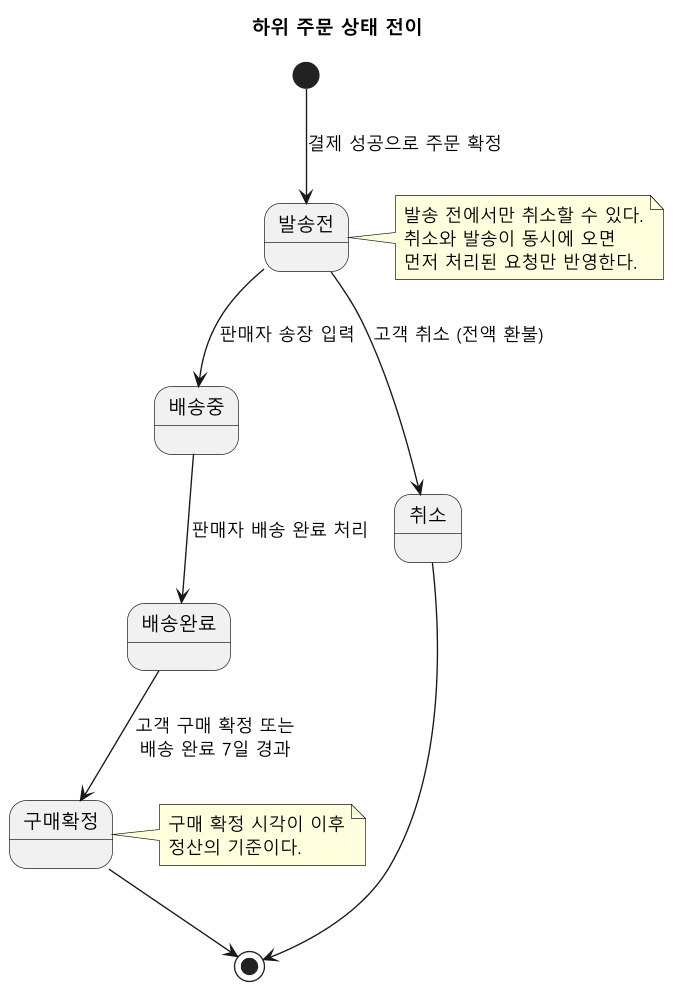
Before: specs/001-multiseller-commerce-core/diagrams/sub-order-states.png, a diagram exported from PlantUML (parknahyun/shopflow).
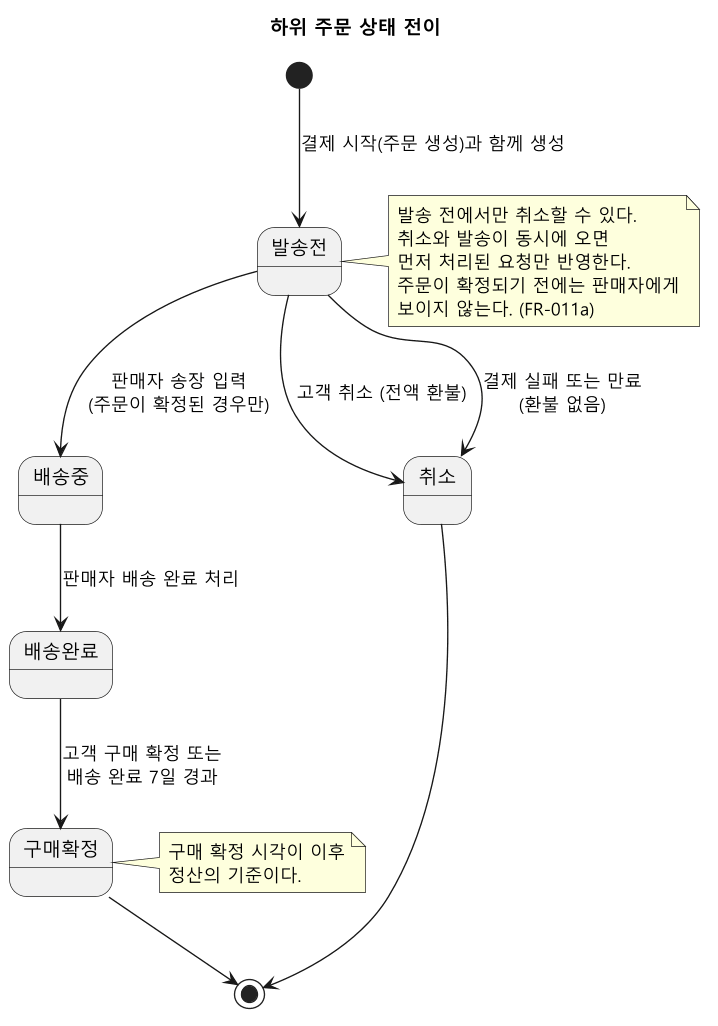
After the change.

Diff of the diagram source:
```diff
@@ -1,11 +1,12 @@
 @startuml
-skinparam defaultFontName "Malgun Gothic"
-skinparam dpi 130
+skinparamlocked defaultFontName Malgun Gothic
+skinparamlocked dpi 130
 title 하위 주문 상태 전이
 
-[*] --> 발송전 : 결제 성공으로 주문 확정
-발송전 --> 배송중 : 판매자 송장 입력
+[*] --> 발송전 : 결제 시작(주문 생성)과 함께 생성
+발송전 --> 배송중 : 판매자 송장 입력\n(주문이 확정된 경우만)
 발송전 --> 취소 : 고객 취소 (전액 환불)
+발송전 --> 취소 : 결제 실패 또는 만료\n(환불 없음)
 배송중 --> 배송완료 : 판매자 배송 완료 처리
 배송완료 --> 구매확정 : 고객 구매 확정 또는\n배송 완료 7일 경과
 구매확정 --> [*]
@@ -15,6 +16,8 @@
   발송 전에서만 취소할 수 있다.
   취소와 발송이 동시에 오면
   먼저 처리된 요청만 반영한다.
+  주문이 확정되기 전에는 판매자에게
+  보이지 않는다. (FR-011a)
 end note
 
 note right of 구매확정
```
